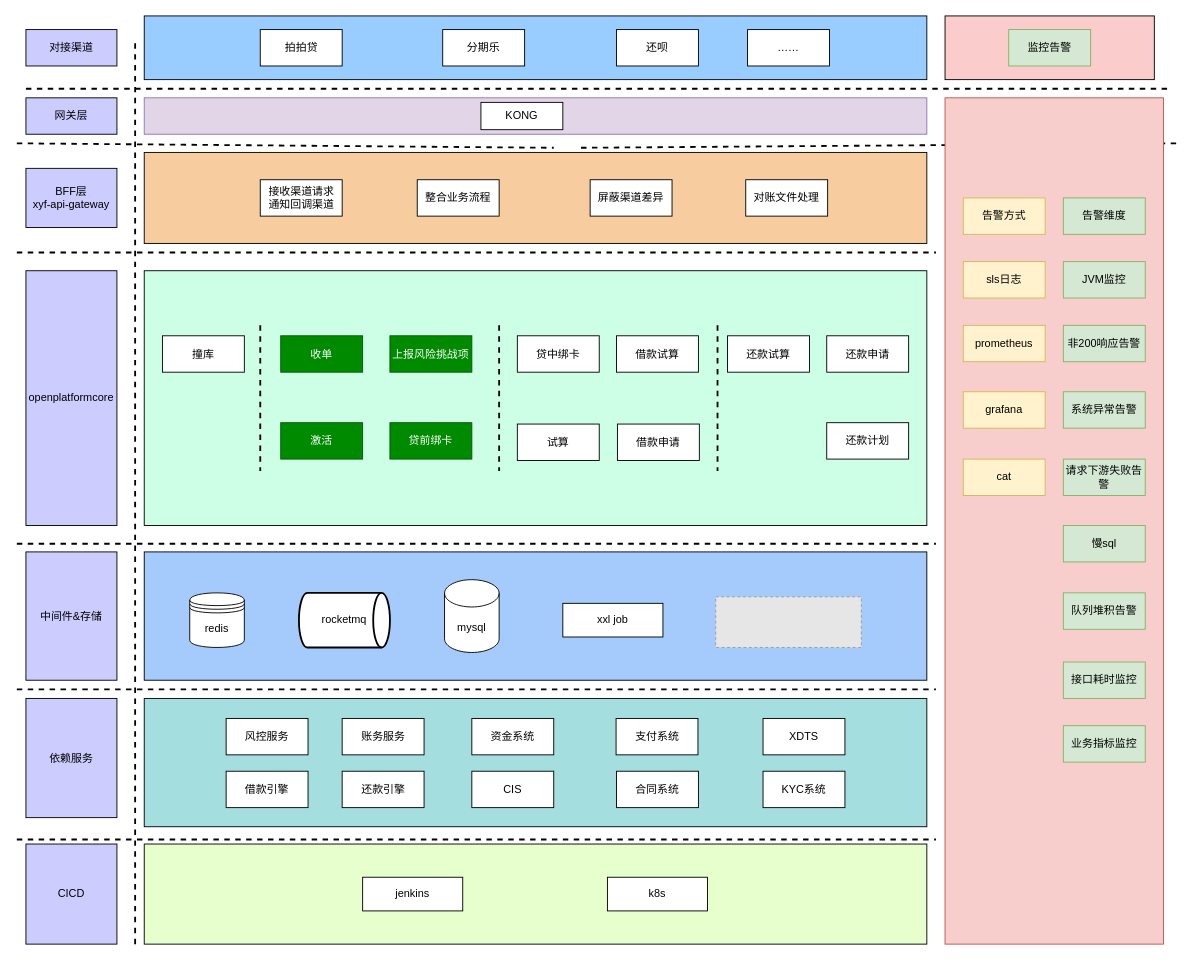
The draw.io diagram api产品中心-系统架构图.drawio in yuanlj-tea/picgo, before the edit. Source tidied: cells renumbered, new cells numbered last; positions are measured from the earlier drawing's top-left corner, leaving out a move shared by most shapes. Both pictures are drawn from the tidied source at 91%, with x=0, y=0 at pixel (16, 15). Pictures stored in the file or linked from it are replaced by grey dashed boxes.
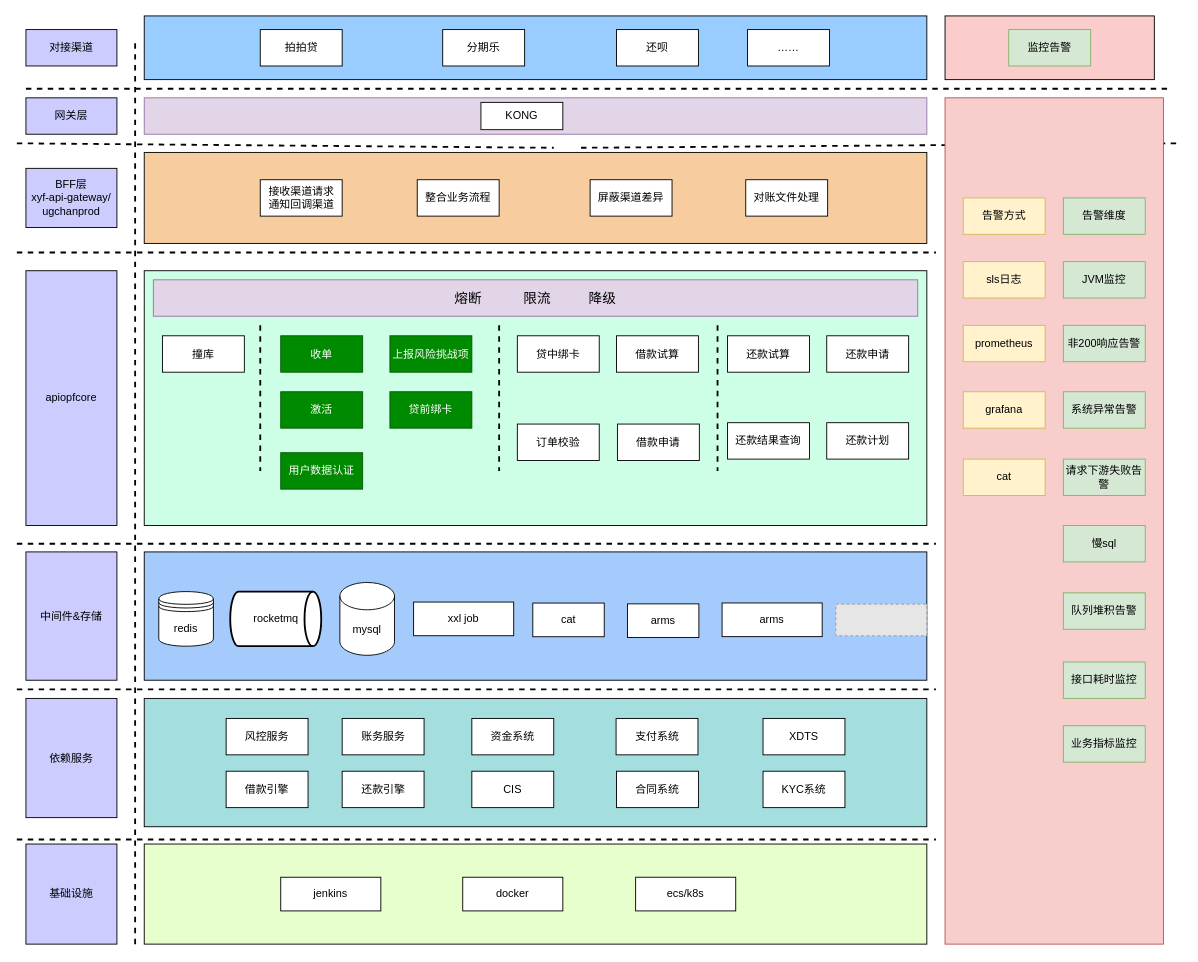
Above is the later version.

Commit message:
更新api产品中心-系统架构图.drawio

What changed in the source:
```diff
@@
-    <mxCell id="8" value="BFF层 &lt;br&gt;xyf-api-gateway" style="rounded=0;whiteSpace=wrap;html=1;fillColor=#CCCCFF;" parent="1" vertex="1">
+    <mxCell id="8" value="BFF层 &lt;br&gt;xyf-api-gateway/&lt;div&gt;ugchanprod&lt;/div&gt;" style="rounded=0;whiteSpace=wrap;html=1;fillColor=#CCCCFF;" parent="1" vertex="1">
       <mxGeometry x="10" y="167.5" width="100" height="65" as="geometry" />
     </mxCell>
@@
-    <mxCell id="11" value="openplatformcore" style="rounded=0;whiteSpace=wrap;html=1;fillColor=#CCCCFF;" parent="1" vertex="1">
+    <mxCell id="11" value="apiopfcore" style="rounded=0;whiteSpace=wrap;html=1;fillColor=#CCCCFF;" parent="1" vertex="1">
       <mxGeometry x="10" y="280" width="100" height="280" as="geometry" />
     </mxCell>
@@
     <mxCell id="18" value="激活" style="rounded=0;whiteSpace=wrap;html=1;fillColor=#008a00;strokeColor=#005700;fontColor=#ffffff;" parent="1" vertex="1">
-      <mxGeometry x="290" y="447" width="90" height="40" as="geometry" />
+      <mxGeometry x="290" y="413" width="90" height="40" as="geometry" />
     </mxCell>
     <mxCell id="19" value="贷前绑卡" style="rounded=0;whiteSpace=wrap;html=1;fillColor=#008a00;strokeColor=#005700;fontColor=#ffffff;" parent="1" vertex="1">
-      <mxGeometry x="410" y="447" width="90" height="40" as="geometry" />
+      <mxGeometry x="410" y="413" width="90" height="40" as="geometry" />
     </mxCell>
@@
     <mxCell id="33" value="mysql" style="shape=cylinder3;whiteSpace=wrap;html=1;boundedLbl=1;backgroundOutline=1;size=15;" parent="1" vertex="1">
-      <mxGeometry x="470" y="619.5" width="60" height="80" as="geometry" />
+      <mxGeometry x="355" y="622.6" width="60" height="80" as="geometry" />
     </mxCell>
@@
-    <mxCell id="35" value="CICD" style="rounded=0;whiteSpace=wrap;html=1;fillColor=#CCCCFF;" parent="1" vertex="1">
+    <mxCell id="35" value="基础设施" style="rounded=0;whiteSpace=wrap;html=1;fillColor=#CCCCFF;" parent="1" vertex="1">
       <mxGeometry x="10" y="910" width="100" height="110" as="geometry" />
     </mxCell>
@@
     <mxCell id="37" value="jenkins" style="rounded=0;whiteSpace=wrap;html=1;" parent="1" vertex="1">
-      <mxGeometry x="380" y="946.5" width="110" height="37" as="geometry" />
+      <mxGeometry x="290" y="946.5" width="110" height="37" as="geometry" />
     </mxCell>
-    <mxCell id="38" value="k8s" style="rounded=0;whiteSpace=wrap;html=1;" parent="1" vertex="1">
-      <mxGeometry x="649" y="946.5" width="110" height="37" as="geometry" />
+    <mxCell id="38" value="ecs/k8s" style="rounded=0;whiteSpace=wrap;html=1;" parent="1" vertex="1">
+      <mxGeometry x="680" y="946.5" width="110" height="37" as="geometry" />
     </mxCell>
@@
     <mxCell id="42" value="redis" style="shape=datastore;whiteSpace=wrap;html=1;" parent="1" vertex="1">
-      <mxGeometry x="190" y="634" width="60" height="60" as="geometry" />
+      <mxGeometry x="156" y="632.6" width="60" height="60" as="geometry" />
     </mxCell>
@@
     <mxCell id="61" value="xxl job" style="rounded=0;whiteSpace=wrap;html=1;" parent="1" vertex="1">
-      <mxGeometry x="600" y="645.5" width="110" height="37" as="geometry" />
+      <mxGeometry x="436" y="644.1" width="110" height="37" as="geometry" />
     </mxCell>
     <mxCell id="62" value="rocketmq" style="strokeWidth=2;html=1;shape=mxgraph.flowchart.direct_data;whiteSpace=wrap;" parent="1" vertex="1">
-      <mxGeometry x="310" y="634" width="100" height="60" as="geometry" />
+      <mxGeometry x="234.5" y="632.6" width="100" height="60" as="geometry" />
     </mxCell>
@@
-    <mxCell id="66" value="试算" style="rounded=0;whiteSpace=wrap;html=1;" parent="1" vertex="1">
+    <mxCell id="66" value="订单校验" style="rounded=0;whiteSpace=wrap;html=1;" parent="1" vertex="1">
       <mxGeometry x="550" y="448.5" width="90" height="40" as="geometry" />
     </mxCell>
@@
     <mxCell id="77" style="fillColor=#E6E6E6;strokeColor=#999999;dashed=1;verticalLabelPosition=bottom;labelBackgroundColor=default;verticalAlign=top;" parent="1" vertex="1">
-      <mxGeometry x="768" y="638.4" width="160" height="55.6" as="geometry" />
+      <mxGeometry x="900" y="646.4" width="100" height="34.8" as="geometry" />
     </mxCell>
@@
+    <mxCell id="82" value="还款结果查询" style="rounded=0;whiteSpace=wrap;html=1;" parent="1" vertex="1">
+      <mxGeometry x="781" y="447" width="90" height="40" as="geometry" />
+    </mxCell>
+    <mxCell id="83" value="熔断&amp;nbsp; &amp;nbsp; &amp;nbsp; &amp;nbsp; &amp;nbsp; &amp;nbsp;限流&amp;nbsp; &amp;nbsp; &amp;nbsp; &amp;nbsp; &amp;nbsp; 降级" style="rounded=0;whiteSpace=wrap;html=1;fillColor=#e1d5e7;strokeColor=#9673a6;fontSize=15;" parent="1" vertex="1">
+      <mxGeometry x="150" y="290" width="840" height="40" as="geometry" />
+    </mxCell>
+    <mxCell id="84" value="用户数据认证" style="rounded=0;whiteSpace=wrap;html=1;fillColor=#008a00;strokeColor=#005700;fontColor=#ffffff;" parent="1" vertex="1">
+      <mxGeometry x="290" y="480" width="90" height="40" as="geometry" />
+    </mxCell>
+    <mxCell id="85" value="docker" style="rounded=0;whiteSpace=wrap;html=1;" parent="1" vertex="1">
+      <mxGeometry x="490" y="946.5" width="110" height="37" as="geometry" />
+    </mxCell>
+    <mxCell id="86" value="arms" style="rounded=0;whiteSpace=wrap;html=1;" parent="1" vertex="1">
+      <mxGeometry x="775" y="645.1" width="110" height="37" as="geometry" />
+    </mxCell>
+    <mxCell id="87" value="arms" style="rounded=0;whiteSpace=wrap;html=1;" parent="1" vertex="1">
+      <mxGeometry x="671" y="646.1" width="78.5" height="37" as="geometry" />
+    </mxCell>
+    <mxCell id="88" value="cat" style="rounded=0;whiteSpace=wrap;html=1;" parent="1" vertex="1">
+      <mxGeometry x="567" y="645.2" width="78.5" height="37" as="geometry" />
+    </mxCell>
```
